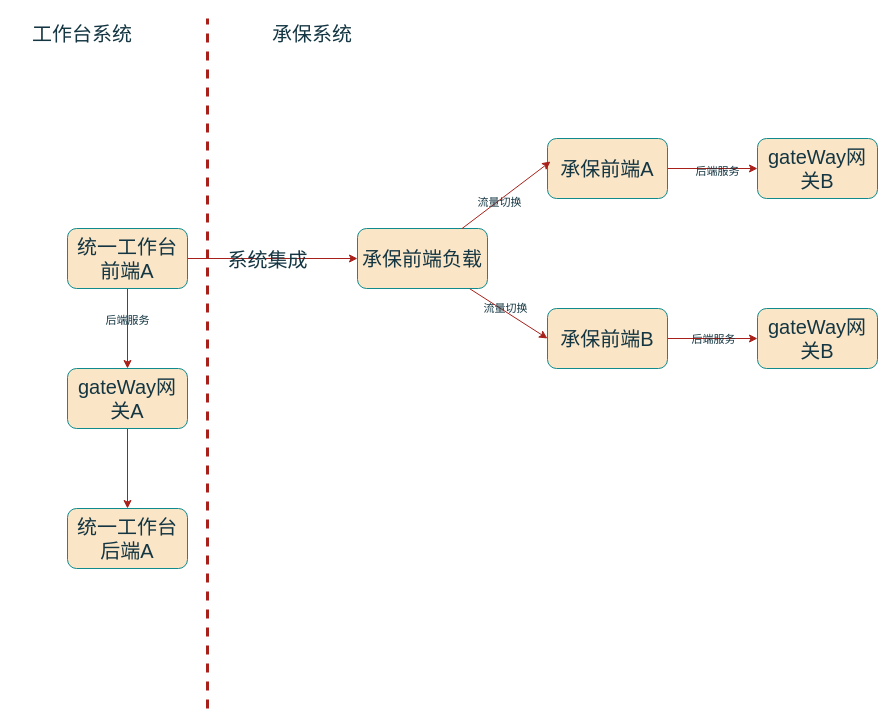
Earlier version of the draw.io diagram page "第 2 页" (3 of 5) of 网关代理架构图.drawio (java-zengguang/images). Source tidied: cells renumbered, new cells numbered last; positions are measured from the earlier drawing's top-left corner, leaving out a move shared by most shapes. Both pictures are drawn from the tidied source at 100%, with x=0, y=0 at pixel (17, 18).
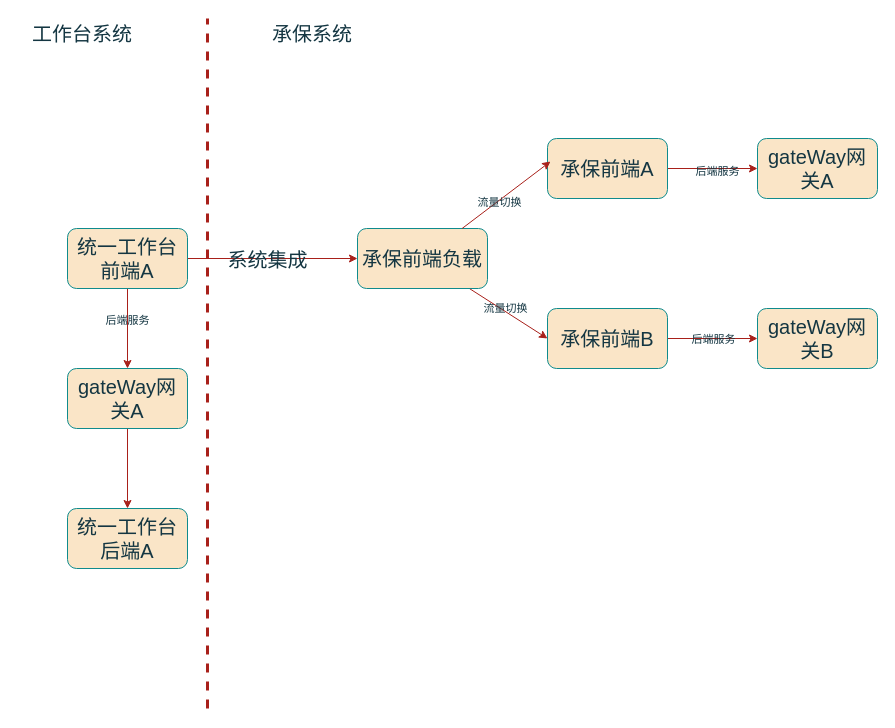
The same diagram, later.

What changed in the source:
```diff
@@
-    <mxCell id="21" value="&lt;font style=&quot;font-size: 20px;&quot;&gt;gateWay网关B&lt;/font&gt;" style="rounded=1;whiteSpace=wrap;html=1;labelBackgroundColor=none;fillColor=#FAE5C7;strokeColor=#0F8B8D;fontColor=#143642;" parent="1" vertex="1">
+    <mxCell id="21" value="&lt;font style=&quot;font-size: 20px;&quot;&gt;gateWay网关A&lt;/font&gt;" style="rounded=1;whiteSpace=wrap;html=1;labelBackgroundColor=none;fillColor=#FAE5C7;strokeColor=#0F8B8D;fontColor=#143642;" parent="1" vertex="1">
       <mxGeometry x="740" y="120" width="120" height="60" as="geometry" />
     </mxCell>
```
